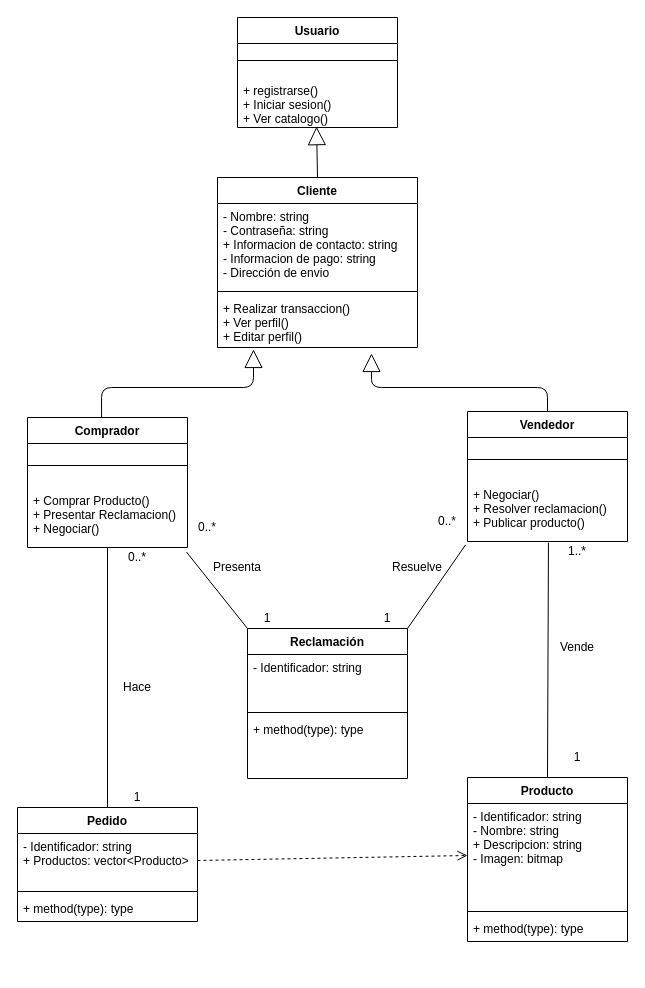
Before: lab4.drawio in AyobAsroutVargas/lab1, a draw.io diagram. Source tidied: cells renumbered, new cells numbered last; positions are measured from the earlier drawing's top-left corner, leaving out a move shared by most shapes. Both pictures are drawn from the tidied source at 100%, with x=0, y=0 at pixel (17, 17).
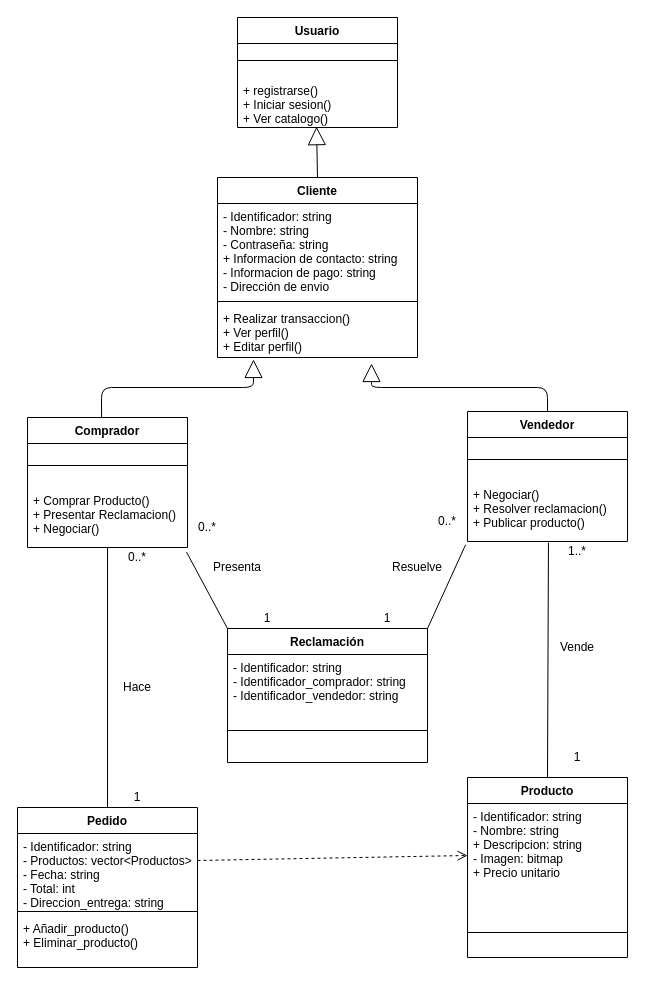
After the change.

Unchanged cells that the change refers to:
```xml
<mxCell id="12" value="+ Comprar Producto()&#10;+ Presentar Reclamacion()&#10;+ Negociar()" style="text;strokeColor=none;fillColor=none;align=left;verticalAlign=top;spacingLeft=4;spacingRight=4;overflow=hidden;points=[[0,0.5],[1,0.5]];portConstraint=eastwest;" parent="10" vertex="1">
  <mxGeometry y="70" width="160" height="60" as="geometry" />
</mxCell>
```

Diff of the diagram source:
```diff
@@
     <mxCell id="5" value="Cliente" style="swimlane;fontStyle=1;align=center;verticalAlign=top;horizontal=1;startSize=26;" parent="1" vertex="1">
-      <mxGeometry x="200" y="160" width="200" height="170" as="geometry" />
+      <mxGeometry x="200" y="160" width="200" height="180" as="geometry" />
     </mxCell>
-    <mxCell id="6" value="- Nombre: string&#10;- Contraseña: string&#10;+ Informacion de contacto: string&#10;- Informacion de pago: string&#10;- Dirección de envio" style="text;strokeColor=none;fillColor=none;align=left;verticalAlign=top;spacingLeft=4;spacingRight=4;overflow=hidden;" parent="5" vertex="1">
-      <mxGeometry y="26" width="200" height="84" as="geometry" />
+    <mxCell id="6" value="- Identificador: string&#10;- Nombre: string&#10;- Contraseña: string&#10;+ Informacion de contacto: string&#10;- Informacion de pago: string&#10;- Dirección de envio" style="text;strokeColor=none;fillColor=none;align=left;verticalAlign=top;spacingLeft=4;spacingRight=4;overflow=hidden;" parent="5" vertex="1">
+      <mxGeometry y="26" width="200" height="94" as="geometry" />
     </mxCell>
     <mxCell id="7" style="line;strokeWidth=1;fillColor=none;align=left;verticalAlign=middle;spacingTop=-1;spacingLeft=3;spacingRight=3;labelPosition=right;" parent="5" vertex="1">
-      <mxGeometry y="110" width="200" height="8" as="geometry" />
+      <mxGeometry y="120" width="200" height="8" as="geometry" />
     </mxCell>
     <mxCell id="8" value="+ Realizar transaccion()&#10;+ Ver perfil()&#10;+ Editar perfil()" style="text;strokeColor=none;fillColor=none;align=left;verticalAlign=top;spacingLeft=4;spacingRight=4;overflow=hidden;points=[[0,0.5],[1,0.5]];portConstraint=eastwest;" parent="5" vertex="1">
-      <mxGeometry y="118" width="200" height="52" as="geometry" />
+      <mxGeometry y="128" width="200" height="52" as="geometry" />
     </mxCell>
@@
-    <mxCell id="18" value="Pedido" style="swimlane;fontStyle=1;align=center;verticalAlign=top;horizontal=1;startSize=26;" parent="1" vertex="1">
-      <mxGeometry y="790" width="180" height="114" as="geometry" />
-    </mxCell>
-    <mxCell id="19" value="- Identificador: string&#10;+ Productos: vector&lt;Producto&gt;" style="text;strokeColor=none;fillColor=none;align=left;verticalAlign=top;spacingLeft=4;spacingRight=4;overflow=hidden;points=[[0,0.5],[1,0.5]];portConstraint=eastwest;" parent="18" vertex="1">
-      <mxGeometry y="26" width="180" height="54" as="geometry" />
-    </mxCell>
-    <mxCell id="20" style="line;strokeWidth=1;fillColor=none;align=left;verticalAlign=middle;spacingTop=-1;spacingLeft=3;spacingRight=3;labelPosition=right;" parent="18" vertex="1">
-      <mxGeometry y="80" width="180" height="8" as="geometry" />
-    </mxCell>
-    <mxCell id="21" value="+ method(type): type" style="text;strokeColor=none;fillColor=none;align=left;verticalAlign=top;spacingLeft=4;spacingRight=4;overflow=hidden;" parent="18" vertex="1">
-      <mxGeometry y="88" width="180" height="26" as="geometry" />
-    </mxCell>
     <mxCell id="22" value="Producto" style="swimlane;fontStyle=1;align=center;verticalAlign=top;horizontal=1;startSize=26;" parent="1" vertex="1">
-      <mxGeometry x="450" y="760" width="160" height="164" as="geometry" />
+      <mxGeometry x="450" y="760" width="160" height="180" as="geometry" />
     </mxCell>
-    <mxCell id="23" value="- Identificador: string&#10;- Nombre: string&#10;+ Descripcion: string&#10;- Imagen: bitmap" style="text;strokeColor=none;fillColor=none;align=left;verticalAlign=top;spacingLeft=4;spacingRight=4;overflow=hidden;points=[[0,0.5],[1,0.5]];portConstraint=eastwest;" parent="22" vertex="1">
+    <mxCell id="23" value="- Identificador: string&#10;- Nombre: string&#10;+ Descripcion: string&#10;- Imagen: bitmap&#10;+ Precio unitario&#10;" style="text;strokeColor=none;fillColor=none;align=left;verticalAlign=top;spacingLeft=4;spacingRight=4;overflow=hidden;points=[[0,0.5],[1,0.5]];portConstraint=eastwest;" parent="22" vertex="1">
       <mxGeometry y="26" width="160" height="104" as="geometry" />
     </mxCell>
     <mxCell id="24" style="line;strokeWidth=1;fillColor=none;align=left;verticalAlign=middle;spacingTop=-1;spacingLeft=3;spacingRight=3;labelPosition=right;" parent="22" vertex="1">
-      <mxGeometry y="130" width="160" height="8" as="geometry" />
+      <mxGeometry y="130" width="160" height="50" as="geometry" />
     </mxCell>
-    <mxCell id="25" value="+ method(type): type" style="text;strokeColor=none;fillColor=none;align=left;verticalAlign=top;spacingLeft=4;spacingRight=4;overflow=hidden;" parent="22" vertex="1">
-      <mxGeometry y="138" width="160" height="26" as="geometry" />
-    </mxCell>
-    <mxCell id="26" style="html=1;verticalAlign=bottom;endArrow=open;dashed=1;endSize=8;entryX=0;entryY=0.5;entryDx=0;entryDy=0;exitX=1;exitY=0.5;exitDx=0;exitDy=0;" parent="1" edge="1" source="19" target="23">
-      <mxGeometry relative="1" as="geometry" />
+    <mxCell id="26" style="html=1;verticalAlign=bottom;endArrow=open;dashed=1;endSize=8;entryX=0;entryY=0.5;entryDx=0;entryDy=0;exitX=1;exitY=0.5;exitDx=0;exitDy=0;" parent="1" edge="1" target="23">
+      <mxGeometry relative="1" as="geometry">
+        <mxPoint x="180" y="843" as="sourcePoint" />
+      </mxGeometry>
     </mxCell>
-    <mxCell id="27" style="endArrow=none;html=1;exitX=0.5;exitY=0;exitDx=0;exitDy=0;" parent="1" edge="1" source="18" target="12">
-      <mxGeometry relative="1" as="geometry" />
+    <mxCell id="27" style="endArrow=none;html=1;exitX=0.5;exitY=0;exitDx=0;exitDy=0;" parent="1" edge="1" target="12">
+      <mxGeometry relative="1" as="geometry">
+        <mxPoint x="90" y="790" as="sourcePoint" />
+      </mxGeometry>
     </mxCell>
@@
     <mxCell id="35" value="Reclamación" style="swimlane;fontStyle=1;align=center;verticalAlign=top;horizontal=1;startSize=26;" parent="1" vertex="1">
-      <mxGeometry x="230" y="611" width="160" height="150" as="geometry" />
+      <mxGeometry x="210" y="611" width="200" height="134" as="geometry" />
     </mxCell>
-    <mxCell id="36" value="- Identificador: string&#10;" style="text;strokeColor=none;fillColor=none;align=left;verticalAlign=top;spacingLeft=4;spacingRight=4;overflow=hidden;" parent="35" vertex="1">
-      <mxGeometry y="26" width="160" height="54" as="geometry" />
+    <mxCell id="36" value="- Identificador: string&#10;- Identificador_comprador: string&#10;- Identificador_vendedor: string&#10;&#10;&#10;" style="text;strokeColor=none;fillColor=none;align=left;verticalAlign=top;spacingLeft=4;spacingRight=4;overflow=hidden;" parent="35" vertex="1">
+      <mxGeometry y="26" width="200" height="44" as="geometry" />
     </mxCell>
     <mxCell id="37" style="line;strokeWidth=1;fillColor=none;align=left;verticalAlign=middle;spacingTop=-1;spacingLeft=3;spacingRight=3;labelPosition=right;" parent="35" vertex="1">
-      <mxGeometry y="80" width="160" height="8" as="geometry" />
+      <mxGeometry y="70" width="200" height="64" as="geometry" />
     </mxCell>
-    <mxCell id="38" value="+ method(type): type" style="text;strokeColor=none;fillColor=none;align=left;verticalAlign=top;spacingLeft=4;spacingRight=4;overflow=hidden;" parent="35" vertex="1">
-      <mxGeometry y="88" width="160" height="62" as="geometry" />
-    </mxCell>
@@
+    <mxCell id="18" value="Pedido" style="swimlane;fontStyle=1;align=center;verticalAlign=top;horizontal=1;startSize=26;" parent="1" vertex="1">
+      <mxGeometry y="790" width="180" height="160" as="geometry" />
+    </mxCell>
+    <mxCell id="47" value="- Identificador: string&#10;- Productos: vector&lt;Productos&gt;&#10;- Fecha: string&#10;- Total: int&#10;- Direccion_entrega: string&#10;" style="text;strokeColor=none;fillColor=none;align=left;verticalAlign=top;spacingLeft=4;spacingRight=4;overflow=hidden;" parent="18" vertex="1">
+      <mxGeometry y="26" width="180" height="74" as="geometry" />
+    </mxCell>
+    <mxCell id="48" style="line;strokeWidth=1;fillColor=none;align=left;verticalAlign=middle;spacingTop=-1;spacingLeft=3;spacingRight=3;labelPosition=right;" parent="18" vertex="1">
+      <mxGeometry y="100" width="180" height="8" as="geometry" />
+    </mxCell>
+    <mxCell id="49" value="+ Añadir_producto()&#10;+ Eliminar_producto()&#10;" style="text;strokeColor=none;fillColor=none;align=left;verticalAlign=top;spacingLeft=4;spacingRight=4;overflow=hidden;" parent="18" vertex="1">
+      <mxGeometry y="108" width="180" height="52" as="geometry" />
+    </mxCell>
```
